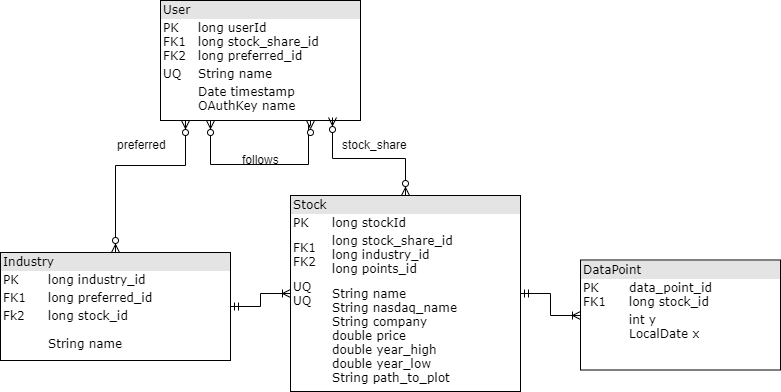
Above: docs/erd.png in stock-rollers/stock-rollers.github.io (draw.io), before the change. Source tidied: cells renumbered, new cells last; positions are measured from the earlier drawing's top-left corner, leaving out a move shared by most shapes.
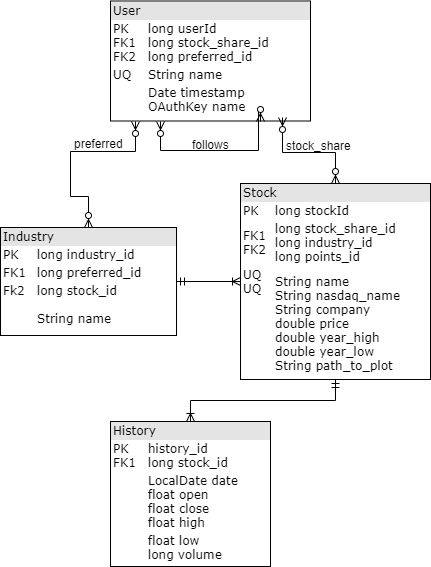
The same file after the commit.

Commit message:
Again updated links and Erd.

Change to the diagram source:
```diff
@@ -3,13 +3,13 @@
     <mxCell id="0" />
     <mxCell id="1" parent="0" />
     <mxCell id="2" value="&lt;div style=&quot;box-sizing: border-box ; width: 100% ; background: #e4e4e4 ; padding: 2px&quot;&gt;User&lt;/div&gt;&lt;table style=&quot;width: 100% ; font-size: 1em&quot; cellspacing=&quot;0&quot; cellpadding=&quot;2&quot;&gt;&lt;tbody&gt;&lt;tr&gt;&lt;td&gt;PK&lt;br&gt;FK1&lt;br&gt;FK2&lt;br&gt;&lt;/td&gt;&lt;td&gt;long userId&lt;br&gt;long stock_share_id&lt;br&gt;long preferred_id&lt;br&gt;&lt;/td&gt;&lt;/tr&gt;&lt;tr&gt;&lt;td&gt;UQ&lt;br&gt;&lt;/td&gt;&lt;td&gt;String name&lt;br&gt;&lt;/td&gt;&lt;/tr&gt;&lt;tr&gt;&lt;td&gt;&lt;br&gt;&lt;/td&gt;&lt;td&gt;Date timestamp&lt;br&gt;OAuthKey name&lt;/td&gt;&lt;/tr&gt;&lt;/tbody&gt;&lt;/table&gt;" style="verticalAlign=top;align=left;overflow=fill;html=1;rounded=0;shadow=0;comic=0;labelBackgroundColor=none;strokeColor=#000000;strokeWidth=1;fillColor=#ffffff;fontFamily=Verdana;fontSize=12;fontColor=#000000;" parent="1" vertex="1">
-      <mxGeometry x="160" width="200" height="120" as="geometry" />
+      <mxGeometry x="160" y="14.5" width="200" height="120" as="geometry" />
     </mxCell>
     <mxCell id="3" style="edgeStyle=orthogonalEdgeStyle;rounded=0;jettySize=auto;html=1;exitX=0.5;exitY=0;exitDx=0;exitDy=0;endArrow=ERzeroToMany;endFill=1;startArrow=ERzeroToMany;startFill=1;entryX=0.862;entryY=0.971;entryDx=0;entryDy=0;entryPerimeter=0;" parent="1" edge="1" source="4" target="2">
       <mxGeometry relative="1" as="geometry" />
     </mxCell>
     <mxCell id="4" value="&lt;div style=&quot;box-sizing: border-box ; width: 100% ; background: #e4e4e4 ; padding: 2px&quot;&gt;Stock&lt;/div&gt;&lt;table style=&quot;width: 100% ; font-size: 1em&quot; cellspacing=&quot;0&quot; cellpadding=&quot;2&quot;&gt;&lt;tbody&gt;&lt;tr&gt;&lt;td&gt;PK&lt;/td&gt;&lt;td&gt;long stockId&lt;/td&gt;&lt;/tr&gt;&lt;tr&gt;&lt;td&gt;FK1&lt;br&gt;FK2&lt;br&gt;&lt;/td&gt;&lt;td&gt;long stock_share_id&lt;br&gt;long industry_id&lt;br&gt;long points_id&lt;br&gt;&lt;/td&gt;&lt;/tr&gt;&lt;tr&gt;&lt;td&gt;UQ&lt;br&gt;UQ&lt;br&gt;&lt;br&gt;&lt;br&gt;&lt;br&gt;&lt;br&gt;&lt;br&gt;&lt;br&gt;&lt;br&gt;&lt;/td&gt;&lt;td&gt;String name&lt;br&gt;String nasdaq_name&lt;br&gt;String company&lt;br&gt;double price&lt;br&gt;double year_high&lt;br&gt;double year_low&lt;br&gt;String path_to_plot&lt;br&gt;&lt;br&gt;&lt;/td&gt;&lt;/tr&gt;&lt;/tbody&gt;&lt;/table&gt;" style="verticalAlign=top;align=left;overflow=fill;html=1;rounded=0;shadow=0;comic=0;labelBackgroundColor=none;strokeColor=#000000;strokeWidth=1;fillColor=#ffffff;fontFamily=Verdana;fontSize=12;fontColor=#000000;" parent="1" vertex="1">
-      <mxGeometry x="290" y="195" width="230" height="196" as="geometry" />
+      <mxGeometry x="290" y="197" width="190" height="196" as="geometry" />
     </mxCell>
     <mxCell id="5" style="edgeStyle=orthogonalEdgeStyle;rounded=0;orthogonalLoop=1;jettySize=auto;html=1;startArrow=ERzeroToMany;startFill=1;endArrow=ERzeroToMany;endFill=1;entryX=0.25;entryY=1;entryDx=0;entryDy=0;exitX=0.75;exitY=1;exitDx=0;exitDy=0;" parent="1" edge="1" source="2" target="2">
       <mxGeometry relative="1" as="geometry">
@@ -24,8 +24,10 @@
     <mxCell id="6" style="edgeStyle=orthogonalEdgeStyle;rounded=0;jettySize=auto;html=1;exitX=0.5;exitY=0;exitDx=0;exitDy=0;entryX=0.125;entryY=1;entryDx=0;entryDy=0;entryPerimeter=0;startArrow=ERzeroToMany;startFill=1;endArrow=ERzeroToMany;endFill=1;" parent="1" edge="1" source="8" target="2">
       <mxGeometry relative="1" as="geometry">
         <Array as="points">
-          <mxPoint x="115" y="164.5" />
-          <mxPoint x="185" y="164.5" />
+          <mxPoint x="138" y="210" />
+          <mxPoint x="120" y="210" />
+          <mxPoint x="120" y="165" />
+          <mxPoint x="185" y="165" />
         </Array>
       </mxGeometry>
     </mxCell>
@@ -33,22 +35,22 @@
       <mxGeometry relative="1" as="geometry" />
     </mxCell>
     <mxCell id="8" value="&lt;div style=&quot;box-sizing: border-box ; width: 100% ; background: #e4e4e4 ; padding: 2px&quot;&gt;Industry&lt;br&gt;&lt;/div&gt;&lt;table style=&quot;width: 100% ; font-size: 1em&quot; cellspacing=&quot;0&quot; cellpadding=&quot;2&quot;&gt;&lt;tbody&gt;&lt;tr&gt;&lt;td&gt;PK&lt;/td&gt;&lt;td&gt;long industry_id&lt;br&gt;&lt;/td&gt;&lt;/tr&gt;&lt;tr&gt;&lt;td&gt;FK1&lt;/td&gt;&lt;td&gt;long preferred_id&lt;br&gt;&lt;/td&gt;&lt;/tr&gt;&lt;tr&gt;&lt;td&gt;Fk2&lt;br&gt;&lt;br&gt;&lt;br&gt;&lt;br&gt;&lt;br&gt;&lt;br&gt;&lt;br&gt;&lt;br&gt;&lt;br&gt;&lt;br&gt;&lt;br&gt;&lt;br&gt;&lt;/td&gt;&lt;td&gt;long stock_id&lt;br&gt;&lt;br&gt;String name&lt;br&gt;&lt;br&gt;&lt;br&gt;&lt;br&gt;&lt;br&gt;&lt;br&gt;&lt;br&gt;&lt;br&gt;&lt;br&gt;&lt;br&gt;&lt;/td&gt;&lt;/tr&gt;&lt;/tbody&gt;&lt;/table&gt;" style="verticalAlign=top;align=left;overflow=fill;html=1;rounded=0;shadow=0;comic=0;labelBackgroundColor=none;strokeColor=#000000;strokeWidth=1;fillColor=#ffffff;fontFamily=Verdana;fontSize=12;fontColor=#000000;" parent="1" vertex="1">
-      <mxGeometry y="252" width="230" height="108" as="geometry" />
+      <mxGeometry x="50" y="241" width="176" height="108" as="geometry" />
     </mxCell>
     <mxCell id="9" value="follows" style="text;html=1;align=left;verticalAlign=top;spacingTop=-4;" parent="1" vertex="1">
-      <mxGeometry x="240" y="149.5" width="50" height="20" as="geometry" />
+      <mxGeometry x="240" y="148.5" width="50" height="20" as="geometry" />
     </mxCell>
     <mxCell id="10" value="preferred" style="text;html=1;align=left;verticalAlign=top;spacingTop=-4;" parent="1" vertex="1">
-      <mxGeometry x="115" y="134.5" width="60" height="20" as="geometry" />
+      <mxGeometry x="122" y="147.5" width="60" height="20" as="geometry" />
     </mxCell>
     <mxCell id="11" value="stock_share" style="text;html=1;align=left;verticalAlign=top;spacingTop=-4;" parent="1" vertex="1">
-      <mxGeometry x="340" y="134.5" width="80" height="20" as="geometry" />
+      <mxGeometry x="334" y="149.5" width="80" height="20" as="geometry" />
     </mxCell>
-    <mxCell id="12" style="edgeStyle=orthogonalEdgeStyle;rounded=0;jettySize=auto;html=1;exitX=0;exitY=0.5;exitDx=0;exitDy=0;startArrow=ERoneToMany;startFill=0;endArrow=ERmandOne;endFill=0;" parent="1" edge="1" source="13" target="4">
+    <mxCell id="12" style="edgeStyle=orthogonalEdgeStyle;rounded=0;jettySize=auto;html=1;exitX=0.5;exitY=0;exitDx=0;exitDy=0;startArrow=ERoneToMany;startFill=0;endArrow=ERmandOne;endFill=0;" parent="1" edge="1" source="13" target="4">
       <mxGeometry relative="1" as="geometry" />
     </mxCell>
-    <mxCell id="13" value="&lt;div style=&quot;box-sizing: border-box ; width: 100% ; background: #e4e4e4 ; padding: 2px&quot;&gt;DataPoint&lt;br&gt;&lt;/div&gt;&lt;table style=&quot;width: 100% ; font-size: 1em&quot; cellspacing=&quot;0&quot; cellpadding=&quot;2&quot;&gt;&lt;tbody&gt;&lt;tr&gt;&lt;td&gt;PK&lt;br&gt;FK1&lt;br&gt;&lt;/td&gt;&lt;td&gt;data_point_id&lt;br&gt;long stock_id&lt;br&gt;&lt;/td&gt;&lt;/tr&gt;&lt;tr&gt;&lt;td&gt;&lt;br&gt;&lt;/td&gt;&lt;td&gt;int y&lt;br&gt;LocalDate x&lt;br&gt;&lt;/td&gt;&lt;/tr&gt;&lt;tr&gt;&lt;td&gt;&lt;br&gt;&lt;/td&gt;&lt;td&gt;&lt;br&gt;&lt;/td&gt;&lt;/tr&gt;&lt;/tbody&gt;&lt;/table&gt;" style="verticalAlign=top;align=left;overflow=fill;html=1;rounded=0;shadow=0;comic=0;labelBackgroundColor=none;strokeColor=#000000;strokeWidth=1;fillColor=#ffffff;fontFamily=Verdana;fontSize=12;fontColor=#000000;" parent="1" vertex="1">
-      <mxGeometry x="580" y="259.5" width="200" height="110" as="geometry" />
+    <mxCell id="13" value="&lt;div style=&quot;box-sizing: border-box ; width: 100% ; background: #e4e4e4 ; padding: 2px&quot;&gt;History&lt;/div&gt;&lt;table style=&quot;width: 100% ; font-size: 1em&quot; cellspacing=&quot;0&quot; cellpadding=&quot;2&quot;&gt;&lt;tbody&gt;&lt;tr&gt;&lt;td&gt;PK&lt;br&gt;FK1&lt;br&gt;&lt;/td&gt;&lt;td&gt;history_id&lt;br&gt;long stock_id&lt;br&gt;&lt;/td&gt;&lt;/tr&gt;&lt;tr&gt;&lt;td&gt;&lt;br&gt;&lt;/td&gt;&lt;td&gt;LocalDate date&lt;br&gt;float open&lt;br&gt;float close&lt;br&gt;float high&lt;br&gt;&lt;/td&gt;&lt;/tr&gt;&lt;tr&gt;&lt;td&gt;&lt;br&gt;&lt;/td&gt;&lt;td&gt;float low&lt;br&gt;long volume&lt;/td&gt;&lt;/tr&gt;&lt;/tbody&gt;&lt;/table&gt;" style="verticalAlign=top;align=left;overflow=fill;html=1;rounded=0;shadow=0;comic=0;labelBackgroundColor=none;strokeColor=#000000;strokeWidth=1;fillColor=#ffffff;fontFamily=Verdana;fontSize=12;fontColor=#000000;" parent="1" vertex="1">
+      <mxGeometry x="160" y="435" width="160" height="145" as="geometry" />
     </mxCell>
   </root>
 </mxGraphModel>
```
